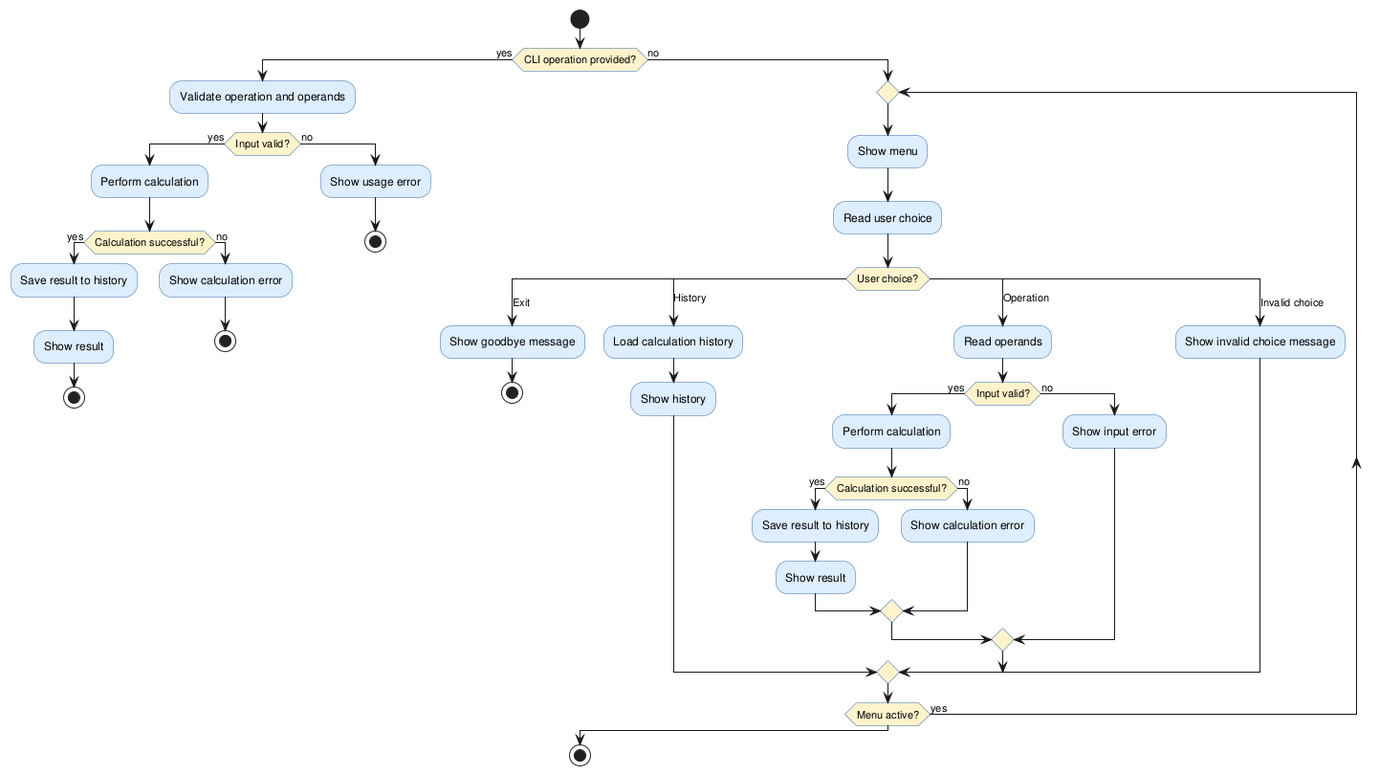
Earlier version of the PlantUML export experiments/pipeline/user_stories/calculator/artifacts/activity_diagram.png (DanielRiha8906/Software_autoevolution_using_agents).
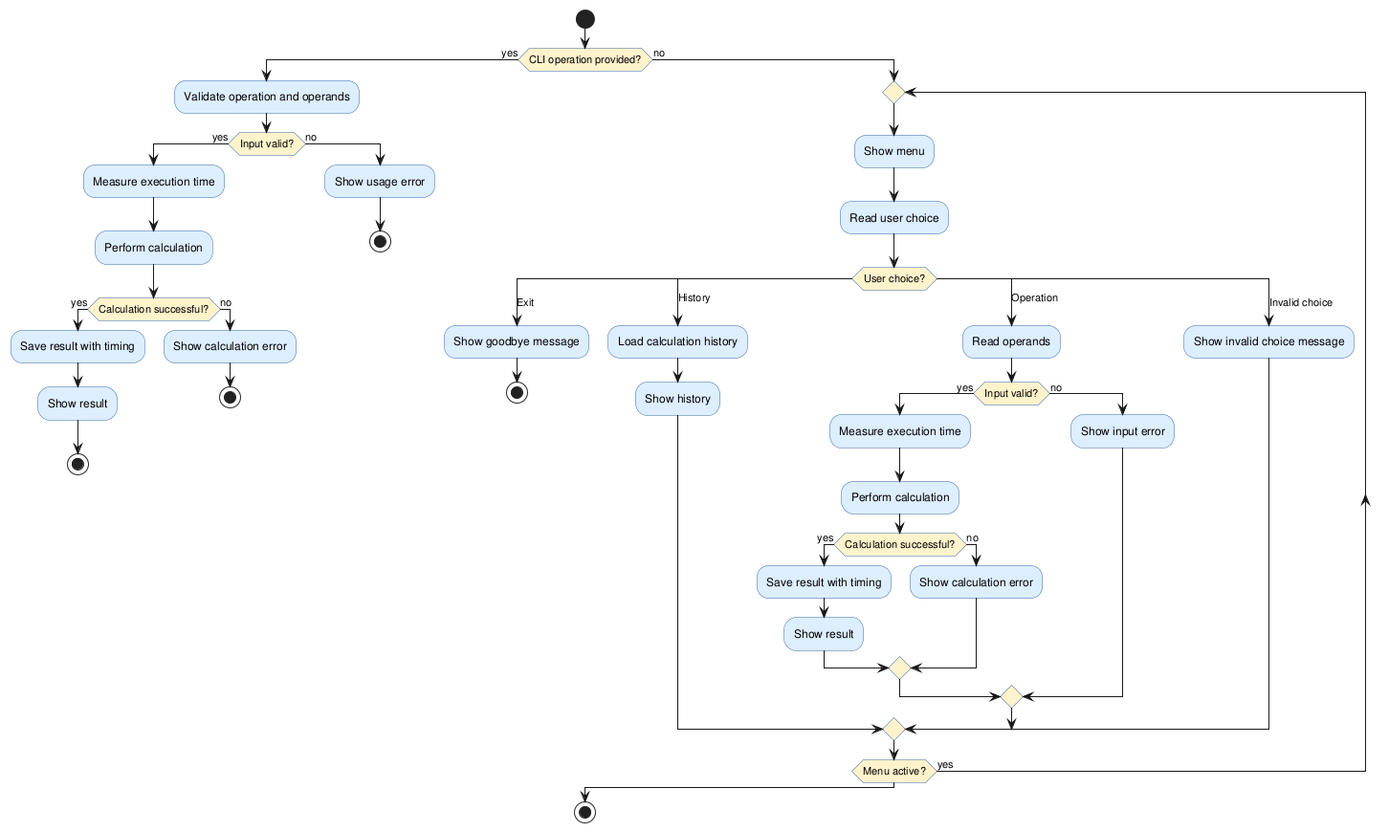
The same file after the commit.

Change to the diagram source:
```diff
@@ -11,10 +11,11 @@
   :Validate operation and operands;
 
   if (Input valid?) then (yes)
+    :Measure execution time;
     :Perform calculation;
 
     if (Calculation successful?) then (yes)
-      :Save result to history;
+      :Save result with timing;
       :Show result;
       stop
     else (no)
@@ -47,10 +48,11 @@
         :Read operands;
 
         if (Input valid?) then (yes)
+          :Measure execution time;
           :Perform calculation;
 
           if (Calculation successful?) then (yes)
-            :Save result to history;
+            :Save result with timing;
             :Show result;
           else (no)
             :Show calculation error;
```
